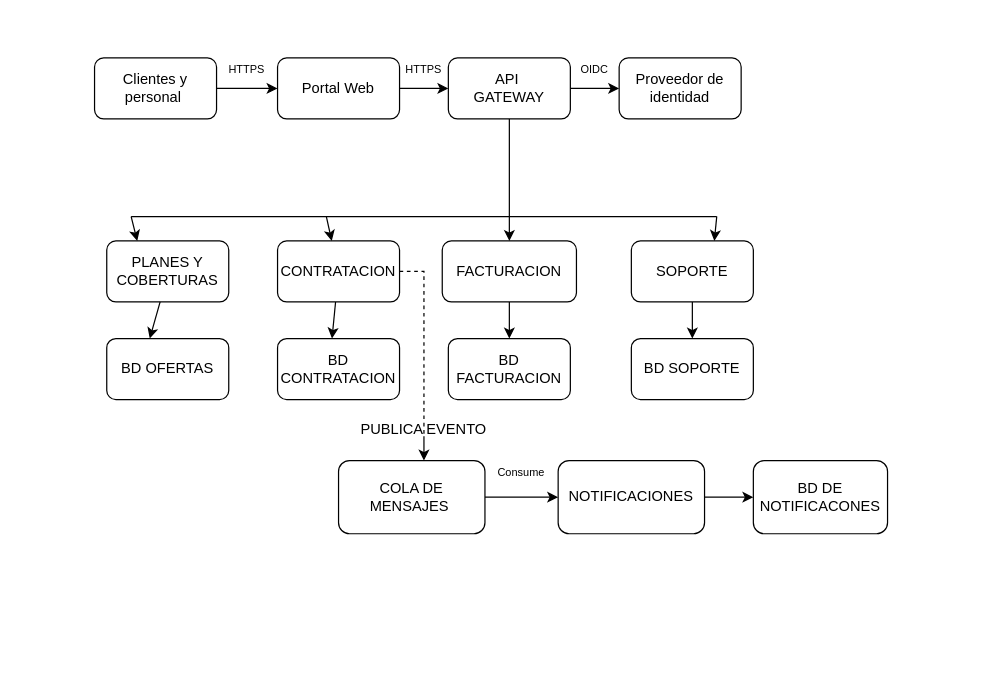
Before: DEBER1.drawio in Nutellapc/drawio-2, a draw.io diagram. Source tidied: cells renumbered, new cells numbered last; positions are measured from the earlier drawing's top-left corner, leaving out a move shared by most shapes. Both pictures are drawn from the tidied source at 122%, with x=0, y=0 at pixel (94, 57).
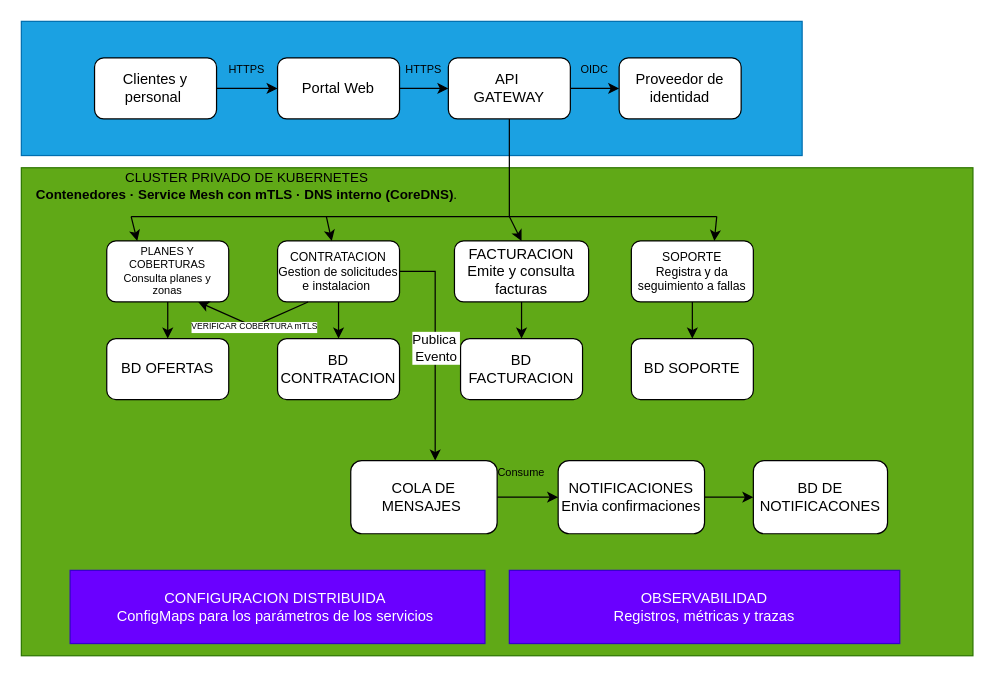
Above is the later version.

Unchanged cells that the change refers to:
```xml
<mxCell id="23" value="BD OFERTAS" style="rounded=1;whiteSpace=wrap;html=1;roundedPerimeter=1;" parent="1" vertex="1">
  <mxGeometry x="10" y="230" width="100" height="50" as="geometry" />
</mxCell>
<mxCell id="24" value="BD CONTRATACION" style="rounded=1;whiteSpace=wrap;html=1;roundedPerimeter=1;" parent="1" vertex="1">
  <mxGeometry x="150" y="230" width="100" height="50" as="geometry" />
</mxCell>
```

Change to the diagram source:
```diff
@@
+    <mxCell id="39" style="rounded=0;whiteSpace=wrap;html=1;fillColor=#60a917;fontColor=#ffffff;strokeColor=#2D7600;" parent="1" vertex="1">
+      <mxGeometry x="-60" y="90" width="780" height="400" as="geometry" />
+    </mxCell>
+    <mxCell id="40" style="rounded=0;whiteSpace=wrap;html=1;fillColor=#1ba1e2;fontColor=#ffffff;strokeColor=#006EAF;" parent="1" vertex="1">
+      <mxGeometry x="-60" y="-30" width="640" height="110" as="geometry" />
+    </mxCell>
@@
-    <mxCell id="12" value="FACTURACION" style="rounded=1;whiteSpace=wrap;html=1;roundedPerimeter=1;" parent="1" vertex="1">
-      <mxGeometry x="285" y="150" width="110" height="50" as="geometry" />
+    <mxCell id="12" value="FACTURACION&lt;div&gt;Emite y consulta facturas&lt;/div&gt;" style="rounded=1;whiteSpace=wrap;html=1;roundedPerimeter=1;" parent="1" vertex="1">
+      <mxGeometry x="295" y="150" width="110" height="50" as="geometry" />
     </mxCell>
+    <mxCell id="28" style="edgeStyle=orthogonalEdgeStyle;rounded=0;jettySize=auto;html=1;defaultLabelBackgroundColor=page;labelPadding=0 4;" parent="1" edge="1" source="13" target="24">
+      <mxGeometry relative="1" as="geometry" />
+    </mxCell>
-    <mxCell id="13" value="CONTRATACION" style="rounded=1;whiteSpace=wrap;html=1;roundedPerimeter=1;" parent="1" vertex="1">
+    <mxCell id="13" value="CONTRATACION&lt;div&gt;Gestion de solicitudes e instalacion&amp;nbsp;&lt;/div&gt;" style="rounded=1;whiteSpace=wrap;html=1;roundedPerimeter=1;fontSize=10;" parent="1" vertex="1">
       <mxGeometry x="150" y="150" width="100" height="50" as="geometry" />
     </mxCell>
+    <mxCell id="27" style="edgeStyle=orthogonalEdgeStyle;rounded=0;jettySize=auto;html=1;defaultLabelBackgroundColor=page;labelPadding=0 4;" parent="1" edge="1" source="14" target="23">
+      <mxGeometry relative="1" as="geometry" />
+    </mxCell>
-    <mxCell id="14" value="PLANES Y COBERTURAS" style="rounded=1;whiteSpace=wrap;html=1;roundedPerimeter=1;" parent="1" vertex="1">
+    <mxCell id="14" value="PLANES Y COBERTURAS&lt;div&gt;Consulta planes y zonas&lt;/div&gt;" style="rounded=1;whiteSpace=wrap;html=1;roundedPerimeter=1;fontSize=9;" parent="1" vertex="1">
       <mxGeometry x="10" y="150" width="100" height="50" as="geometry" />
     </mxCell>
@@
-    <mxCell id="16" value="SOPORTE" style="rounded=1;whiteSpace=wrap;html=1;roundedPerimeter=1;" parent="1" vertex="1">
+    <mxCell id="16" value="SOPORTE&lt;div&gt;Registra y da seguimiento a fallas&lt;/div&gt;" style="rounded=1;whiteSpace=wrap;html=1;roundedPerimeter=1;fontSize=10;" parent="1" vertex="1">
       <mxGeometry x="440" y="150" width="100" height="50" as="geometry" />
     </mxCell>
@@
     <mxCell id="25" value="BD FACTURACION" style="rounded=1;whiteSpace=wrap;html=1;roundedPerimeter=1;" parent="1" vertex="1">
-      <mxGeometry x="290" y="230" width="100" height="50" as="geometry" />
+      <mxGeometry x="300" y="230" width="100" height="50" as="geometry" />
     </mxCell>
@@
-    <mxCell id="27" style="endArrow=classic;html=1;rounded=0;defaultLabelBackgroundColor=page;labelPadding=0 4;entryX=0.37;entryY=0.06;entryDx=0;entryDy=0;exitX=0.43;exitY=1.06;exitDx=0;exitDy=0;" parent="1" edge="1" source="14" target="23">
-      <mxGeometry relative="1" as="geometry" />
-    </mxCell>
-    <mxCell id="28" style="endArrow=classic;html=1;rounded=0;defaultLabelBackgroundColor=page;labelPadding=0 4;entryX=0.44;entryY=-0.06;entryDx=0;entryDy=0;" parent="1" edge="1" source="13" target="24">
-      <mxGeometry relative="1" as="geometry" />
-    </mxCell>
@@
-    <mxCell id="30" style="endArrow=none;dashed=1;html=1;rounded=0;defaultLabelBackgroundColor=page;labelPadding=0 4;exitX=1;exitY=0.5;exitDx=0;exitDy=0;" parent="1" edge="1" source="13">
-      <mxGeometry x="-0.77" relative="1" as="geometry">
-        <mxPoint x="270" y="310" as="targetPoint" />
-        <Array as="points">
-          <mxPoint x="270" y="175" />
-        </Array>
-      </mxGeometry>
-    </mxCell>
-    <mxCell id="31" style="endArrow=classic;html=1;rounded=0;defaultLabelBackgroundColor=page;labelPadding=0 4;" parent="1" edge="1">
-      <mxGeometry relative="1" as="geometry">
-        <mxPoint x="270" y="310" as="sourcePoint" />
-        <mxPoint x="270" y="330" as="targetPoint" />
-      </mxGeometry>
-    </mxCell>
@@
     <mxCell id="33" value="COLA DE MENSAJES&amp;nbsp;" style="rounded=1;whiteSpace=wrap;html=1;roundedPerimeter=1;" parent="1" vertex="1">
-      <mxGeometry x="200" y="330" width="120" height="60" as="geometry" />
+      <mxGeometry x="210" y="330" width="120" height="60" as="geometry" />
     </mxCell>
@@
-    <mxCell id="35" value="NOTIFICACIONES" style="whiteSpace=wrap;html=1;rounded=1;roundedPerimeter=1;" parent="1" vertex="1">
+    <mxCell id="35" value="NOTIFICACIONES&lt;div&gt;Envia confirmaciones&lt;/div&gt;" style="whiteSpace=wrap;html=1;rounded=1;roundedPerimeter=1;" parent="1" vertex="1">
       <mxGeometry x="380" y="330" width="120" height="60" as="geometry" />
     </mxCell>
@@
-    <mxCell id="37" value="PUBLICA EVENTO" style="text;html=1;whiteSpace=wrap;strokeColor=none;fillColor=none;align=center;verticalAlign=middle;rounded=0;" parent="1" vertex="1">
-      <mxGeometry x="210" y="290" width="120" height="30" as="geometry" />
-    </mxCell>
@@
+    <mxCell id="41" style="endArrow=classic;html=1;rounded=0;defaultLabelBackgroundColor=page;labelPadding=0 4;exitX=1;exitY=0.5;exitDx=0;exitDy=0;entryX=0.575;entryY=0.012;entryDx=0;entryDy=0;" parent="1" edge="1" source="13" target="33">
+      <mxGeometry relative="1" as="geometry">
+        <Array as="points">
+          <mxPoint x="279.2" y="175" />
+        </Array>
+      </mxGeometry>
+    </mxCell>
+    <mxCell id="42" value="Publica&amp;nbsp;&lt;div&gt;Evento&lt;/div&gt;" style="edgeLabel;html=1;inheritText=1;align=center;verticalAlign=middle;defaultLabelBackgroundColor=page;labelPadding=0 4;" parent="41" vertex="1">
+      <mxGeometry relative="1" as="geometry" />
+    </mxCell>
+    <mxCell id="43" value="CLUSTER PRIVADO DE KUBERNETES&lt;div&gt; &lt;strong&gt;Contenedores · Service Mesh con mTLS · DNS interno (CoreDNS)&lt;/strong&gt;.&lt;/div&gt;" style="text;html=1;whiteSpace=wrap;strokeColor=none;fillColor=none;align=center;verticalAlign=middle;rounded=0;fontSize=11;" parent="1" vertex="1">
+      <mxGeometry x="-60" y="90" width="370" height="30" as="geometry" />
+    </mxCell>
+    <mxCell id="44" value="CONFIGURACION DISTRIBUIDA&amp;nbsp;&lt;div&gt;ConfigMaps para los parámetros de los servicios&amp;nbsp;&lt;/div&gt;" style="rounded=0;whiteSpace=wrap;html=1;fillColor=#6a00ff;fontColor=#ffffff;strokeColor=#3700CC;" parent="1" vertex="1">
+      <mxGeometry x="-20" y="420" width="340" height="60" as="geometry" />
+    </mxCell>
+    <mxCell id="45" value="&lt;div&gt;&lt;span style=&quot;background-color: transparent; color: light-dark(rgb(255, 255, 255), rgb(18, 18, 18));&quot;&gt;OBSERVABILIDAD&lt;/span&gt;&lt;/div&gt;&lt;div&gt;&lt;span style=&quot;background-color: transparent; color: light-dark(rgb(255, 255, 255), rgb(18, 18, 18));&quot;&gt;Registros, métricas y trazas&lt;/span&gt;&lt;/div&gt;" style="rounded=0;whiteSpace=wrap;html=1;fillColor=#6a00ff;fontColor=#ffffff;strokeColor=#3700CC;" parent="1" vertex="1">
+      <mxGeometry x="340" y="420" width="320" height="60" as="geometry" />
+    </mxCell>
+    <mxCell id="46" style="endArrow=classic;html=1;rounded=0;defaultLabelBackgroundColor=page;labelPadding=0 4;exitX=0.25;exitY=1;exitDx=0;exitDy=0;entryX=0.75;entryY=1;entryDx=0;entryDy=0;" parent="1" edge="1" source="13" target="14">
+      <mxGeometry relative="1" as="geometry">
+        <Array as="points">
+          <mxPoint x="130" y="220" />
+        </Array>
+      </mxGeometry>
+    </mxCell>
+    <mxCell id="47" value="VERIFICAR COBERTURA mTLS" style="edgeLabel;html=1;inheritText=fontFamily,fontColor,fontStyle,textOpacity,labelBorderColor,labelBorderWidth,labelBackgroundColor,defaultLabelBackgroundColor,labelPadding;align=center;verticalAlign=middle;defaultLabelBackgroundColor=page;labelPadding=0 4;fontSize=7;" parent="46" vertex="1">
+      <mxGeometry relative="1" as="geometry" />
+    </mxCell>
```
